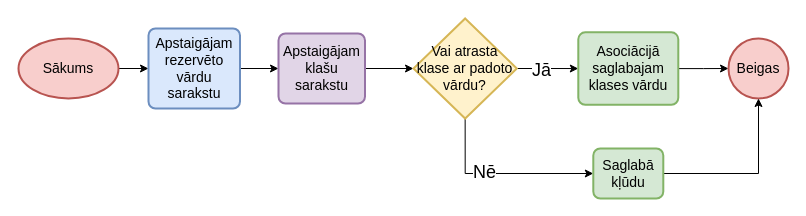
Earlier version of the draw.io diagram page "Asociācijas klases apstaigāšana" (3 of 4) of src/Kvalifikacijas darbs/Diagrammas/Kompilators/Asociācijas.drawio (artiks12/webAppOS). Source tidied: cells renumbered, new cells numbered last; positions are measured from the earlier drawing's top-left corner, leaving out a move shared by most shapes. Both pictures are drawn from the tidied source at 100%, with x=0, y=0 at pixel (18, 18).
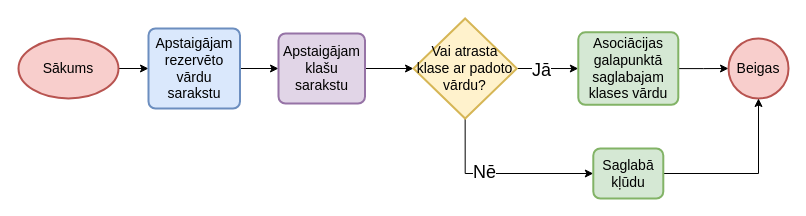
The same page after the edit.

Diff of the diagram source:
```diff
@@
 <mxGraphModel>
   <root>
     <mxCell id="0" />
     <mxCell id="1" parent="0" />
     <mxCell id="2" style="edgeStyle=orthogonalEdgeStyle;rounded=0;jettySize=auto;html=1;" parent="1" edge="1" source="3" target="5">
       <mxGeometry relative="1" as="geometry" />
     </mxCell>
     <mxCell id="3" value="Sākums" style="strokeWidth=2;html=1;shape=mxgraph.flowchart.start_1;whiteSpace=wrap;fontSize=14;fillColor=#f8cecc;strokeColor=#b85450;" parent="1" vertex="1">
       <mxGeometry y="20" width="100" height="60" as="geometry" />
     </mxCell>
     <mxCell id="4" style="edgeStyle=orthogonalEdgeStyle;rounded=0;jettySize=auto;html=1;" parent="1" edge="1" source="5" target="7">
       <mxGeometry relative="1" as="geometry" />
     </mxCell>
     <mxCell id="5" value="Apstaigājam rezervēto vārdu sarakstu" style="rounded=1;whiteSpace=wrap;html=1;absoluteArcSize=1;arcSize=14;strokeWidth=2;fontSize=14;fillColor=#dae8fc;strokeColor=#6c8ebf;" parent="1" vertex="1">
       <mxGeometry x="130" y="10" width="91.5" height="80" as="geometry" />
     </mxCell>
     <mxCell id="6" style="edgeStyle=orthogonalEdgeStyle;rounded=0;jettySize=auto;html=1;" parent="1" edge="1" source="7" target="12">
       <mxGeometry relative="1" as="geometry" />
     </mxCell>
     <mxCell id="7" value="Apstaigājam klašu sarakstu" style="rounded=1;whiteSpace=wrap;html=1;absoluteArcSize=1;arcSize=14;strokeWidth=2;fontSize=14;fillColor=#e1d5e7;strokeColor=#9673a6;" parent="1" vertex="1">
       <mxGeometry x="260" y="15" width="86.5" height="70" as="geometry" />
     </mxCell>
     <mxCell id="8" style="edgeStyle=orthogonalEdgeStyle;rounded=0;jettySize=auto;html=1;entryX=0;entryY=0.5;entryDx=0;entryDy=0;" parent="1" edge="1" source="12" target="14">
       <mxGeometry relative="1" as="geometry" />
     </mxCell>
     <mxCell id="9" value="&lt;font style=&quot;font-size: 18px&quot;&gt;Jā&lt;/font&gt;" style="edgeLabel;html=1;align=center;verticalAlign=middle;" parent="8" vertex="1">
       <mxGeometry x="-0.23" y="-1" relative="1" as="geometry" />
     </mxCell>
     <mxCell id="10" style="edgeStyle=orthogonalEdgeStyle;rounded=0;jettySize=auto;html=1;entryX=0;entryY=0.5;entryDx=0;entryDy=0;fontSize=18;exitX=0.5;exitY=1;exitDx=0;exitDy=0;exitPerimeter=0;" parent="1" edge="1" source="12" target="17">
       <mxGeometry relative="1" as="geometry" />
     </mxCell>
     <mxCell id="11" value="Nē" style="edgeLabel;html=1;align=center;verticalAlign=middle;fontSize=18;" parent="10" vertex="1">
       <mxGeometry x="-0.19" y="2" relative="1" as="geometry" />
     </mxCell>
     <mxCell id="12" value="Vai atrasta klase ar padoto vārdu?" style="strokeWidth=2;html=1;shape=mxgraph.flowchart.decision;whiteSpace=wrap;fontSize=14;fillColor=#fff2cc;strokeColor=#d6b656;" parent="1" vertex="1">
       <mxGeometry x="395" width="103.3" height="100" as="geometry" />
     </mxCell>
     <mxCell id="13" style="edgeStyle=orthogonalEdgeStyle;rounded=0;jettySize=auto;html=1;fontSize=18;" parent="1" edge="1" source="14" target="15">
       <mxGeometry relative="1" as="geometry" />
     </mxCell>
-    <mxCell id="14" value="Asociācijā saglabajam klases vārdu" style="rounded=1;whiteSpace=wrap;html=1;absoluteArcSize=1;arcSize=14;strokeWidth=2;fontSize=14;fillColor=#d5e8d4;strokeColor=#82b366;" parent="1" vertex="1">
+    <mxCell id="14" value="Asociācijas galapunktā saglabajam klases vārdu" style="rounded=1;whiteSpace=wrap;html=1;absoluteArcSize=1;arcSize=14;strokeWidth=2;fontSize=14;fillColor=#d5e8d4;strokeColor=#82b366;" parent="1" vertex="1">
       <mxGeometry x="559.8" y="13.8" width="100" height="72.5" as="geometry" />
     </mxCell>
     <mxCell id="15" value="Beigas" style="strokeWidth=2;html=1;shape=mxgraph.flowchart.start_2;whiteSpace=wrap;fontSize=14;fillColor=#f8cecc;strokeColor=#b85450;" parent="1" vertex="1">
       <mxGeometry x="710" y="20" width="60" height="60" as="geometry" />
     </mxCell>
     <mxCell id="16" style="edgeStyle=orthogonalEdgeStyle;rounded=0;jettySize=auto;html=1;entryX=0.5;entryY=1;entryDx=0;entryDy=0;entryPerimeter=0;fontSize=18;" parent="1" edge="1" source="17" target="15">
       <mxGeometry relative="1" as="geometry" />
     </mxCell>
     <mxCell id="17" value="Saglabā kļūdu" style="rounded=1;whiteSpace=wrap;html=1;absoluteArcSize=1;arcSize=14;strokeWidth=2;fontSize=14;fillColor=#d5e8d4;strokeColor=#82b366;" parent="1" vertex="1">
       <mxGeometry x="574.8" y="130" width="70" height="50" as="geometry" />
     </mxCell>
   </root>
 </mxGraphModel>
```
